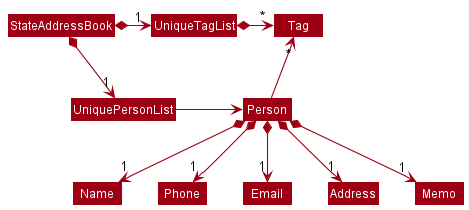
Above: docs/images/BetterModelClassDiagram.png in tandeshao/tp (PlantUML), before the change.
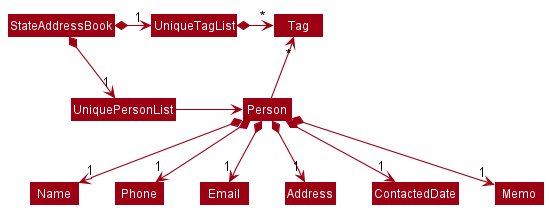
After the commit.

Diff of the diagram source:
```diff
@@ -16,6 +16,7 @@
 Person *--> "1" Phone
 Person *--> "1" Email
 Person *--> "1" Address
+Person *--> "1" ContactedDate
 Person *--> "1" Memo
 
 @enduml
```
